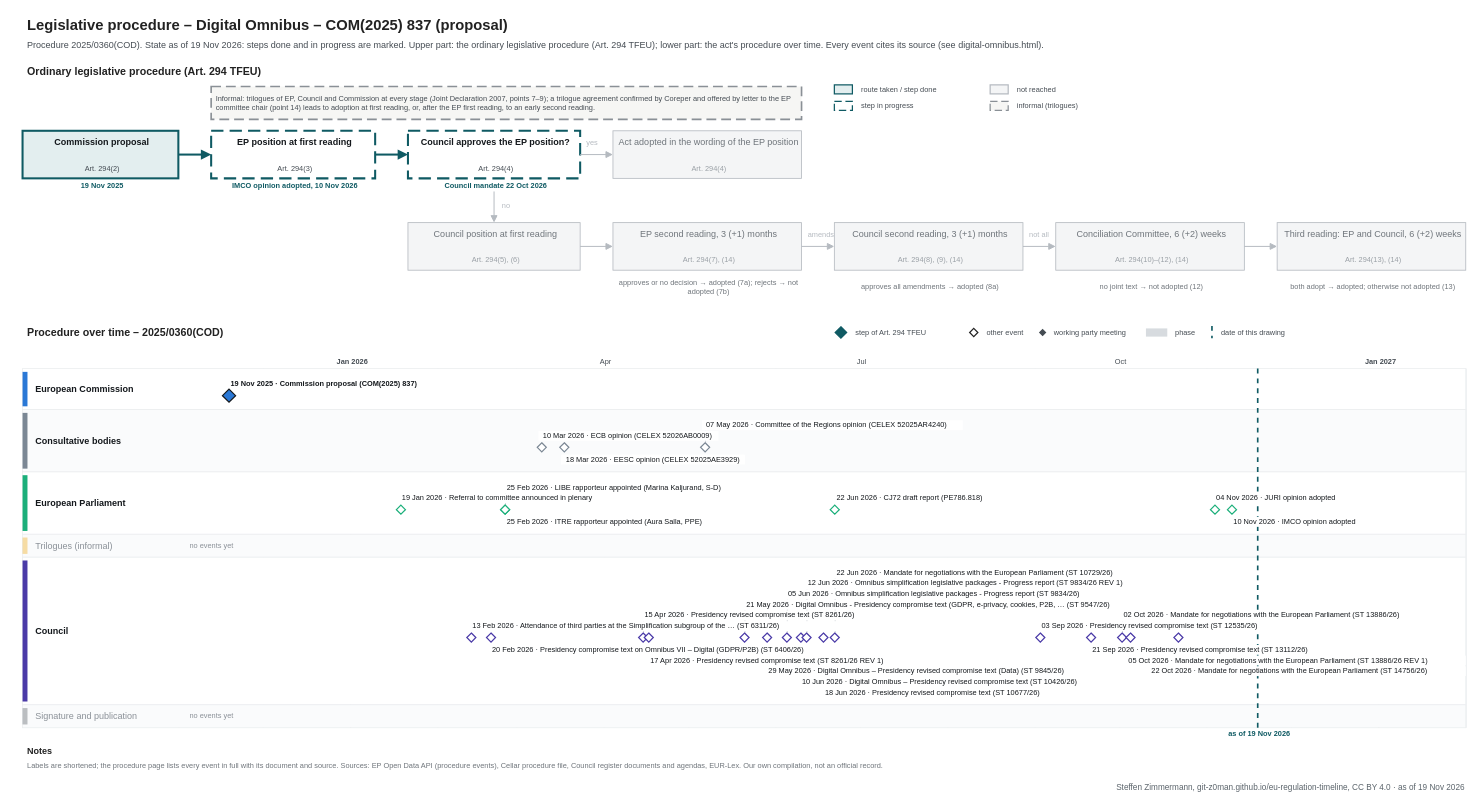
This is procedures/digital-omnibus.drawio from git-z0man/eu-regulation-timeline, a draw.io file, before an edit. Source tidied: cells renumbered, new cells numbered last; positions are measured from the earlier drawing's top-left corner, leaving out a move shared by most shapes. Both pictures are drawn from the tidied source at 82%, with x=0, y=0 at pixel (14, 14).
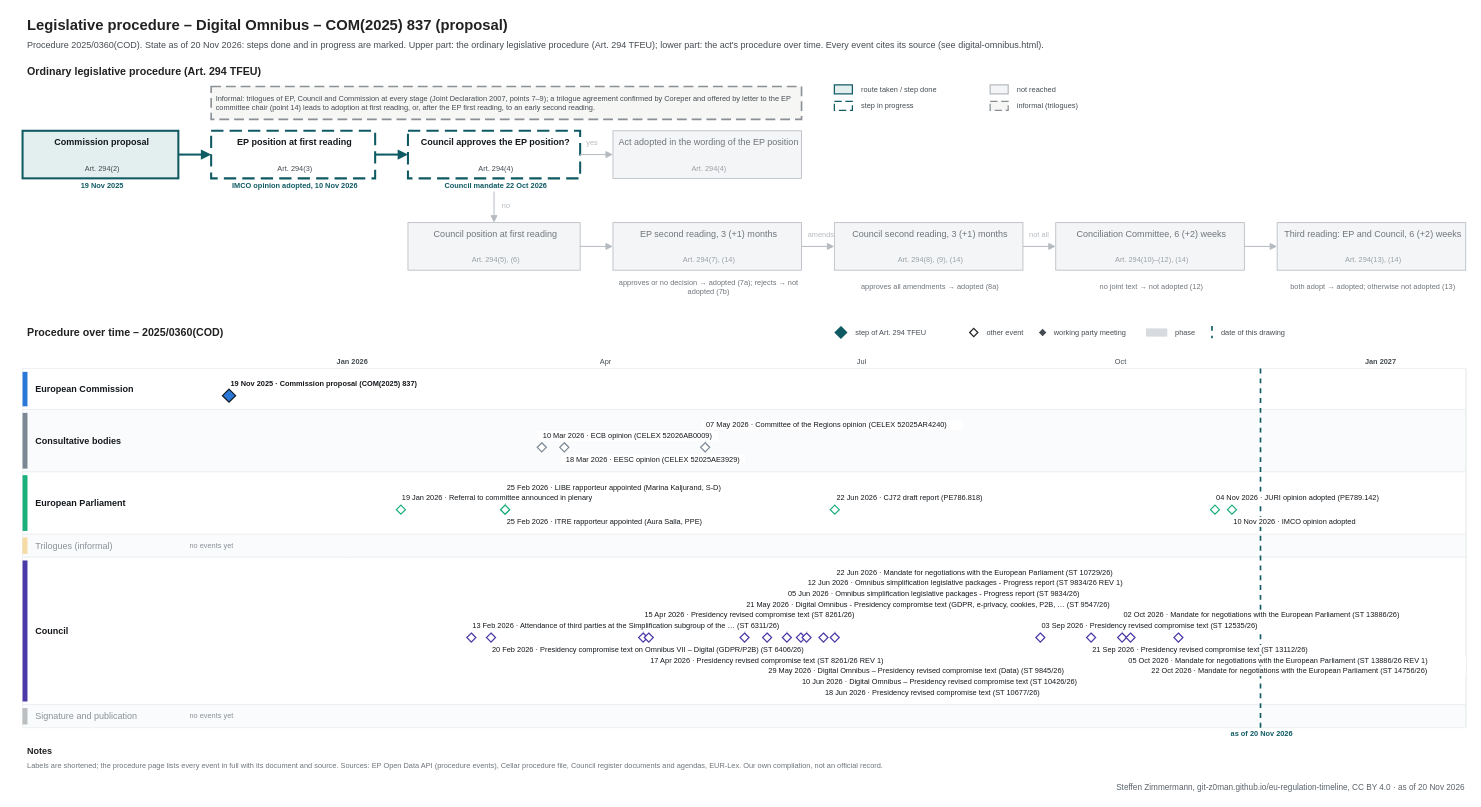
The same page after the edit.

Change to the diagram source:
```diff
@@
-    <mxCell id="3" value="Procedure 2025/0360(COD). State as of 19 Nov 2026: steps done and in progress are marked. Upper part: the ordinary legislative procedure (Art. 294 TFEU); lower part: the act's procedure over time. Every event cites its source (see digital-omnibus.html)." style="text;html=1;fontSize=11;fontColor=#454c53;align=left;verticalAlign=middle;spacingLeft=4;" parent="1" vertex="1">
+    <mxCell id="3" value="Procedure 2025/0360(COD). State as of 20 Nov 2026: steps done and in progress are marked. Upper part: the ordinary legislative procedure (Art. 294 TFEU); lower part: the act's procedure over time. Every event cites its source (see digital-omnibus.html)." style="text;html=1;fontSize=11;fontColor=#454c53;align=left;verticalAlign=middle;spacingLeft=4;" parent="1" vertex="1">
       <mxGeometry x="10" y="28" width="1700" height="18" as="geometry" />
     </mxCell>
@@
     <mxCell id="113" style="line;html=1;strokeWidth=2;strokeColor=#0f5a63;direction=south;dashed=1;" parent="1" vertex="1">
-      <mxGeometry x="1515.8" y="432" width="1" height="438" as="geometry" />
+      <mxGeometry x="1519.2" y="432" width="1" height="438" as="geometry" />
     </mxCell>
-    <mxCell id="114" value="as of 19 Nov 2026" style="text;html=1;fontSize=9;fontColor=#0f5a63;align=center;verticalAlign=middle;spacingLeft=4;fontStyle=1;" parent="1" vertex="1">
-      <mxGeometry x="1455.8" y="871" width="120" height="12" as="geometry" />
+    <mxCell id="114" value="as of 20 Nov 2026" style="text;html=1;fontSize=9;fontColor=#0f5a63;align=center;verticalAlign=middle;spacingLeft=4;fontStyle=1;" parent="1" vertex="1">
+      <mxGeometry x="1459.2" y="871" width="120" height="12" as="geometry" />
     </mxCell>
@@
-    <mxCell id="129" value="04 Nov 2026 · JURI opinion adopted" style="text;html=1;fontSize=9;fontColor=#14181c;align=left;verticalAlign=middle;spacingLeft=4;fillColor=#ffffff;" parent="1" vertex="1">
-      <mxGeometry x="1460.2" y="584" width="167.8" height="12" as="geometry" />
+    <mxCell id="129" value="04 Nov 2026 · JURI opinion adopted (PE789.142)" style="text;html=1;fontSize=9;fontColor=#14181c;align=left;verticalAlign=middle;spacingLeft=4;fillColor=#ffffff;" parent="1" vertex="1">
+      <mxGeometry x="1460.2" y="584" width="224.2" height="12" as="geometry" />
     </mxCell>
@@
-    <mxCell id="183" value="Steffen Zimmermann, git-z0man.github.io/eu-regulation-timeline, CC BY 4.0 · as of 19 Nov 2026" style="text;html=1;fontSize=10;fontColor=#5b646b;align=right;verticalAlign=middle;spacingLeft=4;" parent="1" vertex="1">
+    <mxCell id="183" value="Steffen Zimmermann, git-z0man.github.io/eu-regulation-timeline, CC BY 4.0 · as of 20 Nov 2026" style="text;html=1;fontSize=10;fontColor=#5b646b;align=right;verticalAlign=middle;spacingLeft=4;" parent="1" vertex="1">
       <mxGeometry x="10" y="934" width="1760" height="16" as="geometry" />
     </mxCell>
```
